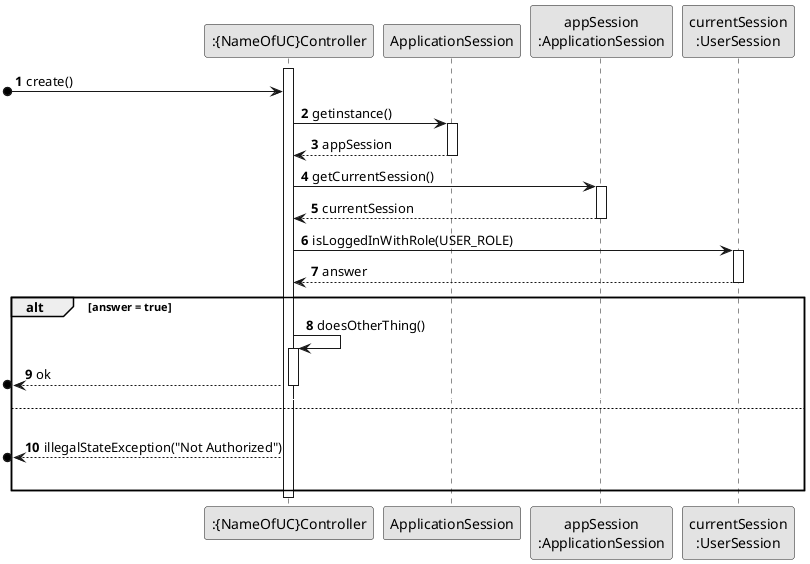
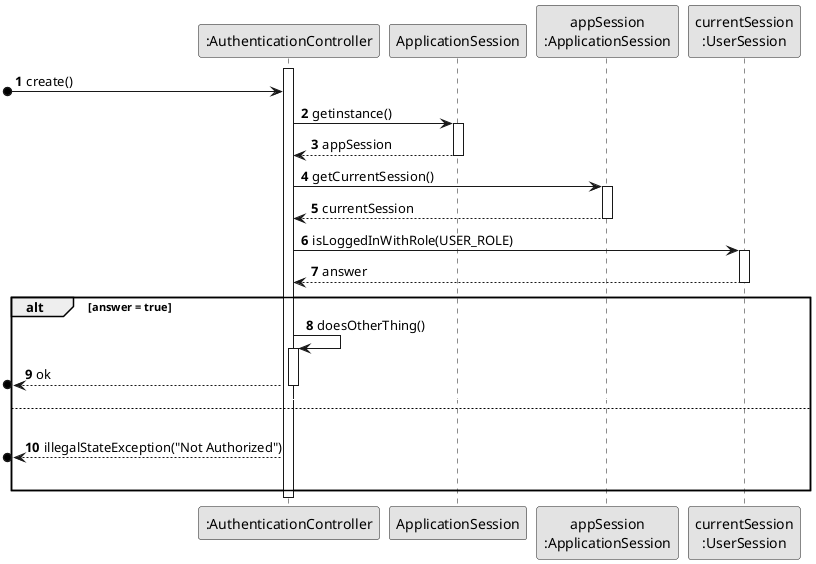
@startuml
skinparam monochrome true
skinparam packageStyle rectangle
skinparam shadowing false

autonumber

'hide footbox
- participant ":{NameOfUC}Controller" as CTRL
+ participant ":AuthenticationController" as CTRL
participant "ApplicationSession" as APPSESSIONC
participant "appSession\n:ApplicationSession" as APPSESSIONI
participant "currentSession\n:UserSession" as CURSESSION

activate CTRL
[o-> CTRL : create()
    CTRL -> APPSESSIONC : getinstance()
    activate APPSESSIONC

        APPSESSIONC --> CTRL : appSession
    deactivate APPSESSIONC

    CTRL -> APPSESSIONI : getCurrentSession()
    activate APPSESSIONI

        APPSESSIONI --> CTRL : currentSession
    deactivate APPSESSIONI

    CTRL -> CURSESSION : isLoggedInWithRole(USER_ROLE)
    activate CURSESSION

        CURSESSION --> CTRL : answer
    deactivate CURSESSION

    alt answer = true
        CTRL -> CTRL : doesOtherThing()
        activate CTRL
            [o<-- CTRL : ok
        deactivate CTRL
        autonumber stop
        CTRL -[#white]> CURSESSION
        autonumber resume
    else
        |||
        [o<-- CTRL : illegalStateException("Not Authorized")
        |||
    end alt

deactivate CTRL

@enduml